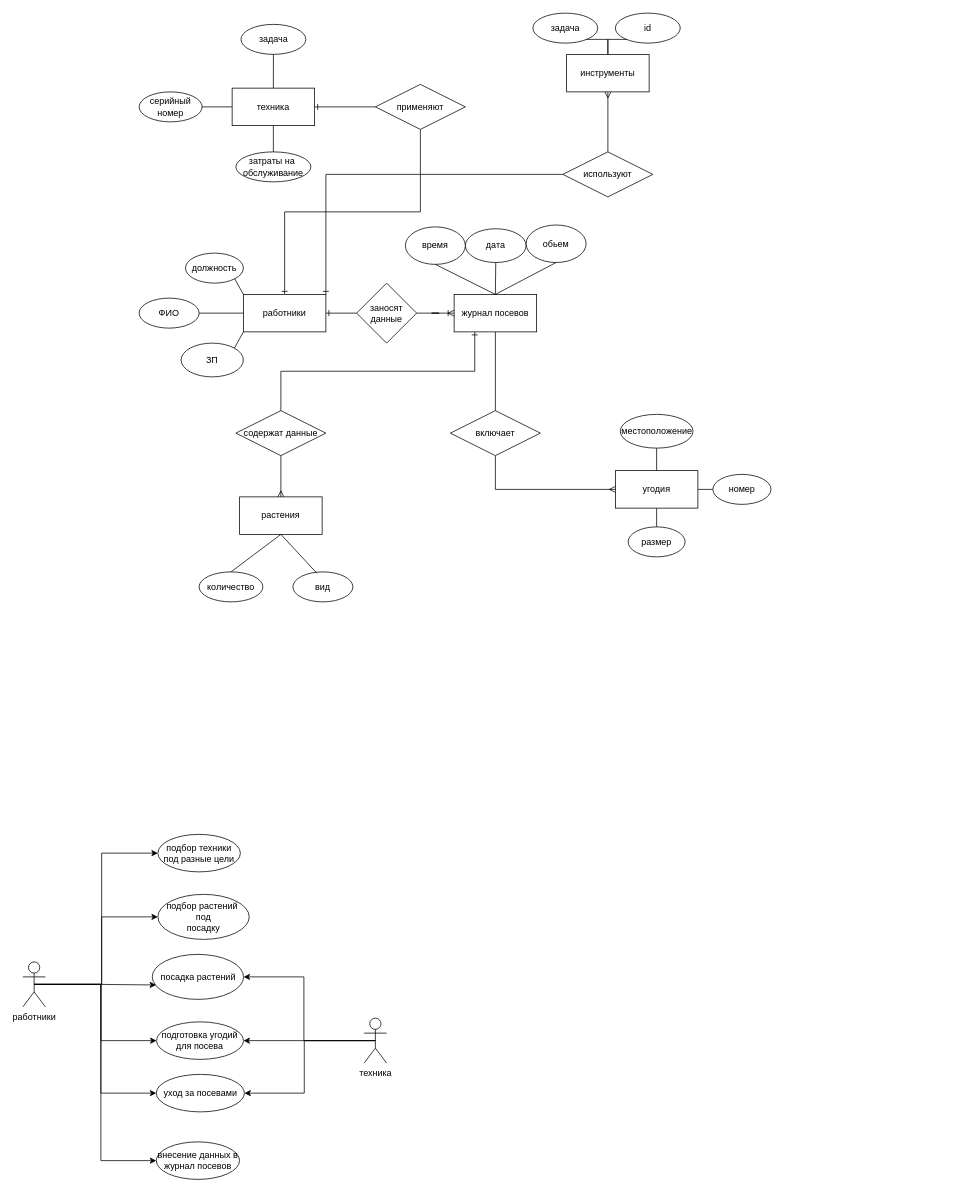
Earlier version of the draw.io diagram Диаграмма без названия.drawio (kreker3113/KASD). Source tidied: cells renumbered, new cells numbered last; positions are measured from the earlier drawing's top-left corner, leaving out a move shared by most shapes. Both pictures are drawn from the tidied source at 75%, with x=0, y=0 at pixel (22, 13).
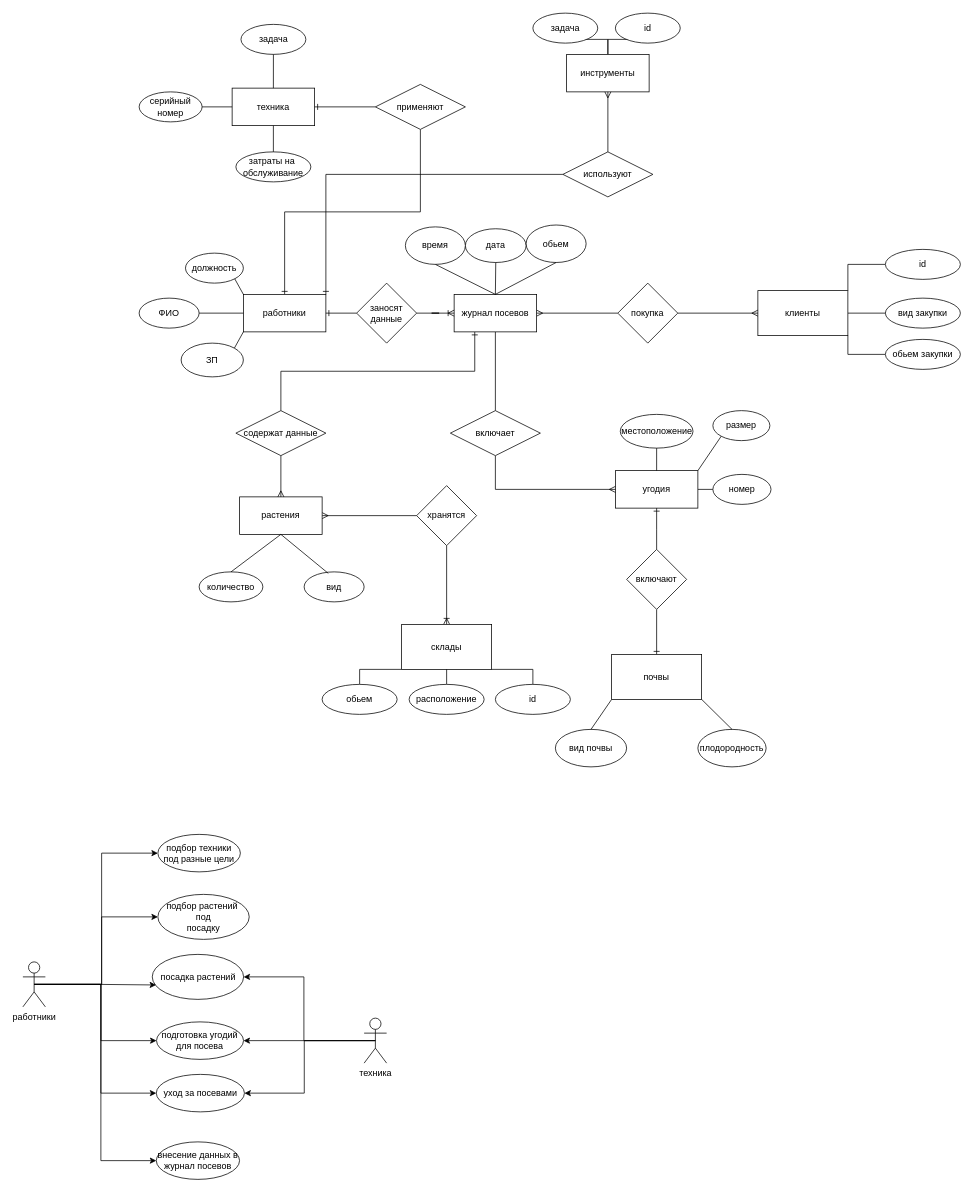
The same diagram, later.

The change refers to these unchanged cells:
```xml
<mxCell id="2" value="растения" style="html=1;whiteSpace=wrap;" parent="1" vertex="1">
  <mxGeometry x="289" y="645" width="110" height="50" as="geometry" />
</mxCell>
<mxCell id="4" value="угодия" style="html=1;whiteSpace=wrap;" parent="1" vertex="1">
  <mxGeometry x="790" y="610" width="110" height="50" as="geometry" />
</mxCell>
<mxCell id="10" value="журнал посевов" style="html=1;whiteSpace=wrap;" parent="1" vertex="1">
  <mxGeometry x="575" y="375" width="110" height="50" as="geometry" />
</mxCell>
```

Diff of the diagram source:
```diff
@@
+    <mxCell id="72" style="edgeStyle=orthogonalEdgeStyle;rounded=0;jettySize=auto;html=1;exitX=1;exitY=0.5;exitDx=0;exitDy=0;entryX=0;entryY=0.5;entryDx=0;entryDy=0;endArrow=none;startFill=0;startArrow=ERmany;" parent="1" edge="1" source="2" target="89">
+      <mxGeometry relative="1" as="geometry" />
+    </mxCell>
@@
+    <mxCell id="73" style="edgeStyle=orthogonalEdgeStyle;rounded=0;jettySize=auto;html=1;exitX=1;exitY=0.5;exitDx=0;exitDy=0;entryX=0;entryY=0.5;entryDx=0;entryDy=0;startArrow=ERmany;startFill=0;endArrow=none;endFill=0;" parent="1" edge="1" source="10" target="81">
+      <mxGeometry relative="1" as="geometry" />
+    </mxCell>
@@
     <mxCell id="13" value="вид" style="ellipse;whiteSpace=wrap;html=1;" parent="1" vertex="1">
-      <mxGeometry x="360" y="745" width="80" height="40" as="geometry" />
+      <mxGeometry x="375" y="745" width="80" height="40" as="geometry" />
     </mxCell>
@@
     <mxCell id="17" value="размер" style="ellipse;whiteSpace=wrap;html=1;" parent="1" vertex="1">
-      <mxGeometry x="807" y="685" width="76" height="40" as="geometry" />
+      <mxGeometry x="920" y="530" width="76" height="40" as="geometry" />
     </mxCell>
@@
-    <mxCell id="52" style="endArrow=none;html=1;rounded=0;entryX=0.5;entryY=0;entryDx=0;entryDy=0;exitX=0.5;exitY=1;exitDx=0;exitDy=0;" parent="1" edge="1" source="4" target="17">
-      <mxGeometry relative="1" as="geometry" />
-    </mxCell>
@@
+    <mxCell id="74" style="edgeStyle=orthogonalEdgeStyle;rounded=0;jettySize=auto;html=1;exitX=1;exitY=0;exitDx=0;exitDy=0;entryX=0;entryY=0.5;entryDx=0;entryDy=0;endArrow=none;startFill=0;" parent="1" edge="1" source="77" target="97">
+      <mxGeometry relative="1" as="geometry" />
+    </mxCell>
+    <mxCell id="75" style="edgeStyle=orthogonalEdgeStyle;rounded=0;jettySize=auto;html=1;exitX=1;exitY=0.5;exitDx=0;exitDy=0;entryX=0;entryY=0.5;entryDx=0;entryDy=0;endArrow=none;startFill=0;" parent="1" edge="1" source="77" target="98">
+      <mxGeometry relative="1" as="geometry" />
+    </mxCell>
+    <mxCell id="76" style="edgeStyle=orthogonalEdgeStyle;rounded=0;jettySize=auto;html=1;exitX=1;exitY=1;exitDx=0;exitDy=0;entryX=0;entryY=0.5;entryDx=0;entryDy=0;endArrow=none;startFill=0;" parent="1" edge="1" source="77" target="99">
+      <mxGeometry relative="1" as="geometry" />
+    </mxCell>
+    <mxCell id="77" value="клиенты" style="rounded=0;whiteSpace=wrap;html=1;" parent="1" vertex="1">
+      <mxGeometry x="980" y="370" width="120" height="60" as="geometry" />
+    </mxCell>
+    <mxCell id="78" style="edgeStyle=orthogonalEdgeStyle;rounded=0;jettySize=auto;html=1;entryX=0.5;entryY=1;entryDx=0;entryDy=0;startArrow=ERone;startFill=0;endArrow=none;endFill=0;exitX=0.5;exitY=0;exitDx=0;exitDy=0;" parent="1" edge="1" source="79" target="83">
+      <mxGeometry relative="1" as="geometry" />
+    </mxCell>
+    <mxCell id="79" value="почвы" style="rounded=0;whiteSpace=wrap;html=1;" parent="1" vertex="1">
+      <mxGeometry x="785" y="855" width="120" height="60" as="geometry" />
+    </mxCell>
+    <mxCell id="80" style="edgeStyle=orthogonalEdgeStyle;rounded=0;jettySize=auto;html=1;exitX=1;exitY=0.5;exitDx=0;exitDy=0;entryX=0;entryY=0.5;entryDx=0;entryDy=0;startArrow=none;startFill=0;endArrow=ERmany;endFill=0;" parent="1" edge="1" source="81" target="77">
+      <mxGeometry relative="1" as="geometry" />
+    </mxCell>
+    <mxCell id="81" value="покупка" style="rhombus;whiteSpace=wrap;html=1;" parent="1" vertex="1">
+      <mxGeometry x="793.2" y="360" width="80" height="80" as="geometry" />
+    </mxCell>
+    <mxCell id="82" style="edgeStyle=orthogonalEdgeStyle;rounded=0;jettySize=auto;html=1;exitX=0.5;exitY=0;exitDx=0;exitDy=0;startArrow=none;startFill=0;endArrow=ERone;endFill=0;" parent="1" edge="1" source="83">
+      <mxGeometry relative="1" as="geometry">
+        <mxPoint x="845" y="660" as="targetPoint" />
+      </mxGeometry>
+    </mxCell>
+    <mxCell id="83" value="включают" style="rhombus;whiteSpace=wrap;html=1;" parent="1" vertex="1">
+      <mxGeometry x="805" y="715" width="80" height="80" as="geometry" />
+    </mxCell>
+    <mxCell id="52" style="endArrow=none;html=1;rounded=0;entryX=0;entryY=1;entryDx=0;entryDy=0;exitX=1;exitY=0;exitDx=0;exitDy=0;" parent="1" edge="1" source="4" target="17">
+      <mxGeometry relative="1" as="geometry" />
+    </mxCell>
+    <mxCell id="84" value="вид почвы" style="ellipse;whiteSpace=wrap;html=1;" parent="1" vertex="1">
+      <mxGeometry x="710" y="955" width="95" height="50" as="geometry" />
+    </mxCell>
+    <mxCell id="85" value="плодородность" style="ellipse;whiteSpace=wrap;html=1;" parent="1" vertex="1">
+      <mxGeometry x="900" y="955" width="91" height="50" as="geometry" />
+    </mxCell>
+    <mxCell id="86" style="endArrow=none;html=1;rounded=0;entryX=1;entryY=1;entryDx=0;entryDy=0;exitX=0.5;exitY=0;exitDx=0;exitDy=0;" parent="1" edge="1" source="85" target="79">
+      <mxGeometry relative="1" as="geometry" />
+    </mxCell>
+    <mxCell id="87" style="endArrow=none;html=1;rounded=0;entryX=0;entryY=1;entryDx=0;entryDy=0;exitX=0.5;exitY=0;exitDx=0;exitDy=0;" parent="1" edge="1" source="84" target="79">
+      <mxGeometry relative="1" as="geometry" />
+    </mxCell>
+    <mxCell id="88" style="edgeStyle=orthogonalEdgeStyle;rounded=0;jettySize=auto;html=1;exitX=0.5;exitY=1;exitDx=0;exitDy=0;entryX=0.5;entryY=0;entryDx=0;entryDy=0;endArrow=ERoneToMany;startFill=0;endFill=0;" parent="1" edge="1" source="89" target="90">
+      <mxGeometry relative="1" as="geometry" />
+    </mxCell>
+    <mxCell id="89" value="хранятся" style="rhombus;whiteSpace=wrap;html=1;" parent="1" vertex="1">
+      <mxGeometry x="525" y="630" width="80" height="80" as="geometry" />
+    </mxCell>
+    <mxCell id="90" value="склады" style="rounded=0;whiteSpace=wrap;html=1;" parent="1" vertex="1">
+      <mxGeometry x="505" y="815" width="120" height="60" as="geometry" />
+    </mxCell>
+    <mxCell id="91" style="edgeStyle=orthogonalEdgeStyle;rounded=0;jettySize=auto;html=1;exitX=0.5;exitY=0;exitDx=0;exitDy=0;entryX=0;entryY=1;entryDx=0;entryDy=0;endArrow=none;startFill=0;" parent="1" edge="1" source="92" target="90">
+      <mxGeometry relative="1" as="geometry" />
+    </mxCell>
+    <mxCell id="92" value="обьем" style="ellipse;whiteSpace=wrap;html=1;align=center;" parent="1" vertex="1">
+      <mxGeometry x="399" y="895" width="100" height="40" as="geometry" />
+    </mxCell>
+    <mxCell id="93" style="edgeStyle=orthogonalEdgeStyle;rounded=0;jettySize=auto;html=1;exitX=0.5;exitY=0;exitDx=0;exitDy=0;entryX=0.5;entryY=1;entryDx=0;entryDy=0;endArrow=none;startFill=0;" parent="1" edge="1" source="94" target="90">
+      <mxGeometry relative="1" as="geometry" />
+    </mxCell>
+    <mxCell id="94" value="расположение" style="ellipse;whiteSpace=wrap;html=1;align=center;" parent="1" vertex="1">
+      <mxGeometry x="515" y="895" width="100" height="40" as="geometry" />
+    </mxCell>
+    <mxCell id="95" style="edgeStyle=orthogonalEdgeStyle;rounded=0;jettySize=auto;html=1;exitX=0.5;exitY=0;exitDx=0;exitDy=0;entryX=1;entryY=1;entryDx=0;entryDy=0;endArrow=none;startFill=0;" parent="1" edge="1" source="96" target="90">
+      <mxGeometry relative="1" as="geometry" />
+    </mxCell>
+    <mxCell id="96" value="id" style="ellipse;whiteSpace=wrap;html=1;align=center;" parent="1" vertex="1">
+      <mxGeometry x="630" y="895" width="100" height="40" as="geometry" />
+    </mxCell>
+    <mxCell id="97" value="id" style="ellipse;whiteSpace=wrap;html=1;align=center;" parent="1" vertex="1">
+      <mxGeometry x="1150" y="315" width="100" height="40" as="geometry" />
+    </mxCell>
+    <mxCell id="98" value="вид закупки" style="ellipse;whiteSpace=wrap;html=1;align=center;" parent="1" vertex="1">
+      <mxGeometry x="1150" y="380" width="100" height="40" as="geometry" />
+    </mxCell>
+    <mxCell id="99" value="обьем закупки" style="ellipse;whiteSpace=wrap;html=1;align=center;" parent="1" vertex="1">
+      <mxGeometry x="1150" y="435" width="100" height="40" as="geometry" />
+    </mxCell>
```
